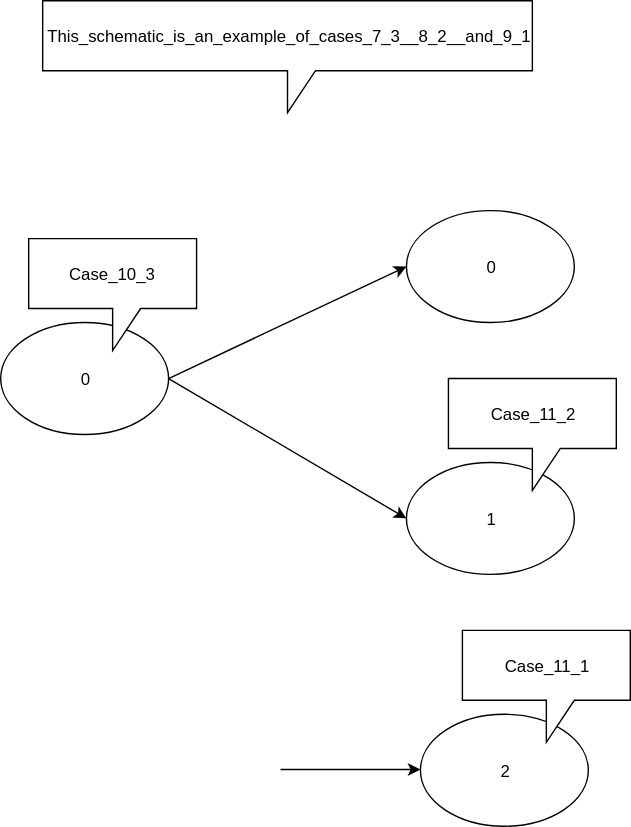
The draw.io diagram svg/js-compiler/test_diagrams/tee.svg in bmfbp/bmfbp, before a commit. Source tidied: cells renumbered, new cells last; positions are measured from the earlier drawing's top-left corner, leaving out a move shared by most shapes. The source it was exported from:
```xml
<mxGraphModel>
  <root>
    <mxCell id="0" />
    <mxCell id="1" parent="0" />
    <mxCell id="2" value="0" style="ellipse;whiteSpace=wrap;html=1;" parent="1" vertex="1">
      <mxGeometry y="230" width="120" height="80" as="geometry" />
    </mxCell>
    <mxCell id="3" value="0" style="ellipse;whiteSpace=wrap;html=1;" parent="1" vertex="1">
      <mxGeometry x="290" y="150" width="120" height="80" as="geometry" />
    </mxCell>
    <mxCell id="4" value="1" style="ellipse;whiteSpace=wrap;html=1;" parent="1" vertex="1">
      <mxGeometry x="290" y="330" width="120" height="80" as="geometry" />
    </mxCell>
    <mxCell id="5" value="This_schematic_is_an_example_of_cases_7_3__8_2__and_9_1" style="shape=callout;whiteSpace=wrap;html=1;perimeter=calloutPerimeter;" parent="1" vertex="1">
      <mxGeometry x="30" width="350" height="80" as="geometry" />
    </mxCell>
    <mxCell id="6" style="endArrow=classic;html=1;exitX=1;exitY=0.5;exitDx=0;exitDy=0;entryX=0;entryY=0.5;entryDx=0;entryDy=0;" parent="1" edge="1" source="2" target="3">
      <mxGeometry relative="1" as="geometry" />
    </mxCell>
    <mxCell id="7" style="endArrow=classic;html=1;exitX=1;exitY=0.5;exitDx=0;exitDy=0;entryX=0;entryY=0.5;entryDx=0;entryDy=0;" parent="1" edge="1" source="2" target="4">
      <mxGeometry relative="1" as="geometry" />
    </mxCell>
    <mxCell id="8" value="2" style="ellipse;whiteSpace=wrap;html=1;" parent="1" vertex="1">
      <mxGeometry x="300" y="510" width="120" height="80" as="geometry" />
    </mxCell>
    <mxCell id="9" style="endArrow=classic;html=1;exitX=1;exitY=0.5;exitDx=0;exitDy=0;" parent="1" edge="1">
      <mxGeometry relative="1" as="geometry">
        <mxPoint x="200" y="549.5" as="sourcePoint" />
        <mxPoint x="300" y="549.5" as="targetPoint" />
      </mxGeometry>
    </mxCell>
    <mxCell id="10" value="Case_10_3" style="shape=callout;whiteSpace=wrap;html=1;perimeter=calloutPerimeter;" parent="1" vertex="1">
      <mxGeometry x="20" y="170" width="120" height="80" as="geometry" />
    </mxCell>
    <mxCell id="11" value="Case_11_1" style="shape=callout;whiteSpace=wrap;html=1;perimeter=calloutPerimeter;" parent="1" vertex="1">
      <mxGeometry x="330" y="450" width="120" height="80" as="geometry" />
    </mxCell>
    <mxCell id="12" value="Case_11_2" style="shape=callout;whiteSpace=wrap;html=1;perimeter=calloutPerimeter;" parent="1" vertex="1">
      <mxGeometry x="320" y="270" width="120" height="80" as="geometry" />
    </mxCell>
  </root>
</mxGraphModel>
```
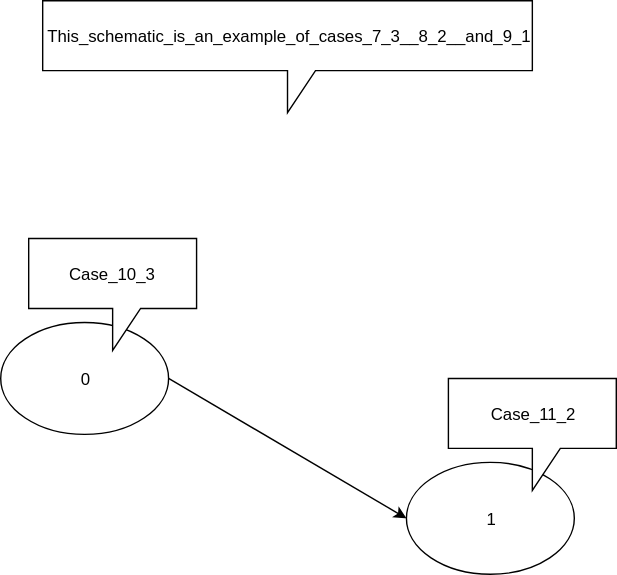
Later version of the same file.

Commit message:
wip: trying to get tee compiled ; tee-hold contains original full diagram

Diff of the diagram source:
```diff
@@ -5,36 +5,18 @@
     <mxCell id="2" value="0" style="ellipse;whiteSpace=wrap;html=1;" parent="1" vertex="1">
       <mxGeometry y="230" width="120" height="80" as="geometry" />
     </mxCell>
-    <mxCell id="3" value="0" style="ellipse;whiteSpace=wrap;html=1;" parent="1" vertex="1">
-      <mxGeometry x="290" y="150" width="120" height="80" as="geometry" />
-    </mxCell>
     <mxCell id="4" value="1" style="ellipse;whiteSpace=wrap;html=1;" parent="1" vertex="1">
       <mxGeometry x="290" y="330" width="120" height="80" as="geometry" />
     </mxCell>
     <mxCell id="5" value="This_schematic_is_an_example_of_cases_7_3__8_2__and_9_1" style="shape=callout;whiteSpace=wrap;html=1;perimeter=calloutPerimeter;" parent="1" vertex="1">
       <mxGeometry x="30" width="350" height="80" as="geometry" />
     </mxCell>
-    <mxCell id="6" style="endArrow=classic;html=1;exitX=1;exitY=0.5;exitDx=0;exitDy=0;entryX=0;entryY=0.5;entryDx=0;entryDy=0;" parent="1" edge="1" source="2" target="3">
-      <mxGeometry relative="1" as="geometry" />
-    </mxCell>
     <mxCell id="7" style="endArrow=classic;html=1;exitX=1;exitY=0.5;exitDx=0;exitDy=0;entryX=0;entryY=0.5;entryDx=0;entryDy=0;" parent="1" edge="1" source="2" target="4">
       <mxGeometry relative="1" as="geometry" />
     </mxCell>
-    <mxCell id="8" value="2" style="ellipse;whiteSpace=wrap;html=1;" parent="1" vertex="1">
-      <mxGeometry x="300" y="510" width="120" height="80" as="geometry" />
-    </mxCell>
-    <mxCell id="9" style="endArrow=classic;html=1;exitX=1;exitY=0.5;exitDx=0;exitDy=0;" parent="1" edge="1">
-      <mxGeometry relative="1" as="geometry">
-        <mxPoint x="200" y="549.5" as="sourcePoint" />
-        <mxPoint x="300" y="549.5" as="targetPoint" />
-      </mxGeometry>
-    </mxCell>
     <mxCell id="10" value="Case_10_3" style="shape=callout;whiteSpace=wrap;html=1;perimeter=calloutPerimeter;" parent="1" vertex="1">
       <mxGeometry x="20" y="170" width="120" height="80" as="geometry" />
     </mxCell>
-    <mxCell id="11" value="Case_11_1" style="shape=callout;whiteSpace=wrap;html=1;perimeter=calloutPerimeter;" parent="1" vertex="1">
-      <mxGeometry x="330" y="450" width="120" height="80" as="geometry" />
-    </mxCell>
     <mxCell id="12" value="Case_11_2" style="shape=callout;whiteSpace=wrap;html=1;perimeter=calloutPerimeter;" parent="1" vertex="1">
       <mxGeometry x="320" y="270" width="120" height="80" as="geometry" />
     </mxCell>
```
